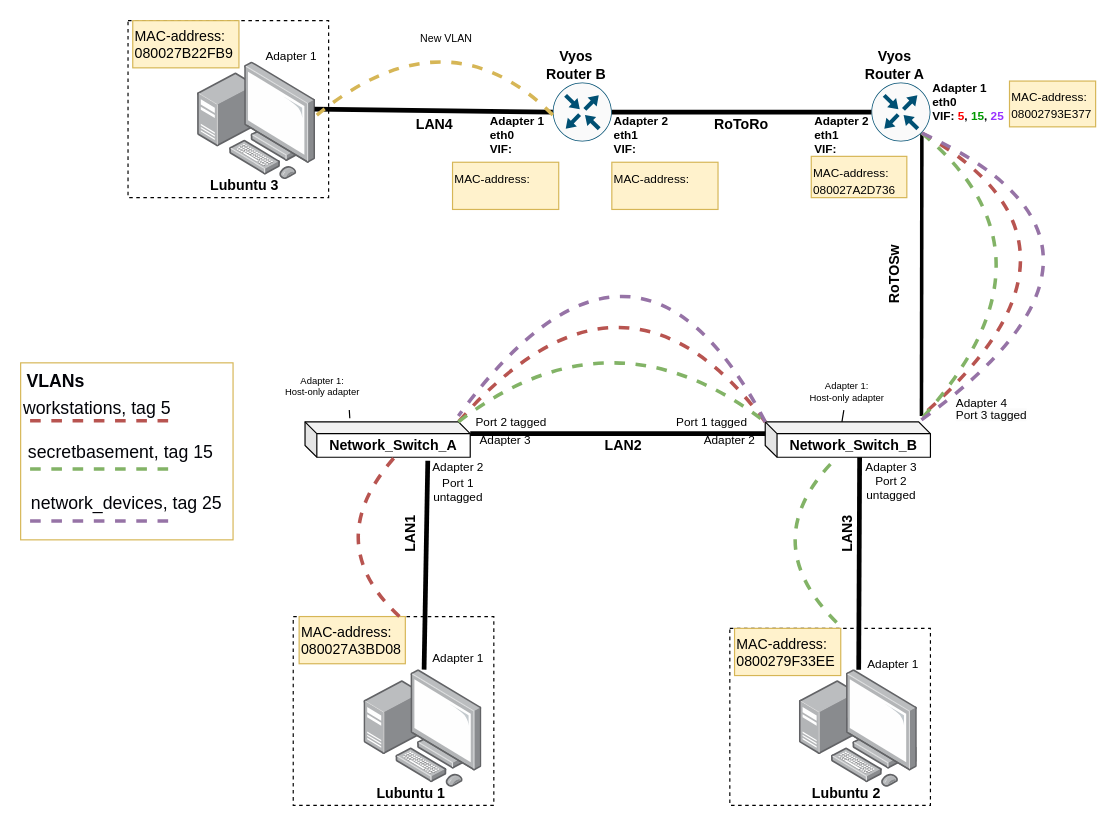
This is page "Physical Topology" (1 of 3) of documentation/E05/E05NetworkCharts.drawio from Kjersheim/DataNetworksIntro2023, a draw.io file, before an edit. Source tidied: cells renumbered, new cells numbered last; positions are measured from the earlier drawing's top-left corner, leaving out a move shared by most shapes. Both pictures are drawn from the tidied source at 118%, with x=0, y=0 at pixel (20, 8).
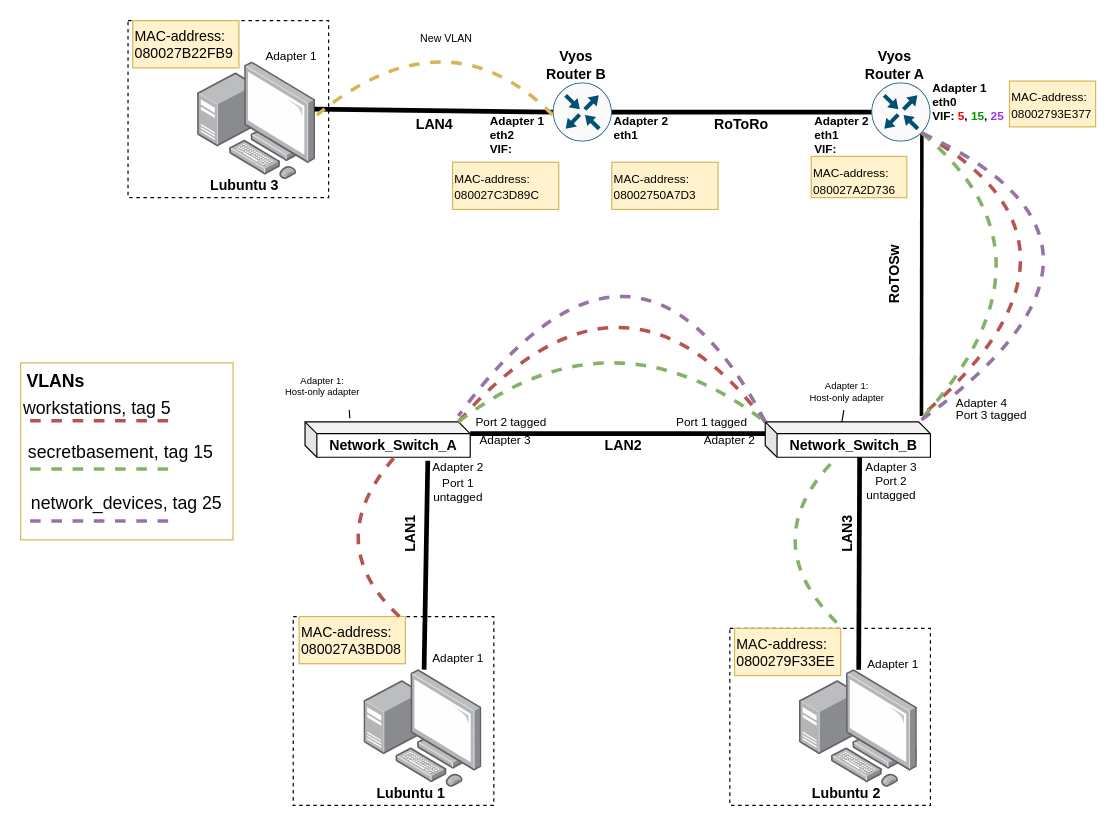
After the change.

Diff of the diagram source:
```diff
@@
-    <mxCell id="63" value="Adapter 1&lt;br&gt;eth0&lt;br&gt;VIF:" style="text;strokeColor=none;align=left;fillColor=none;html=1;verticalAlign=top;whiteSpace=wrap;rounded=0;rotation=0;fontStyle=1;fontSize=10;" parent="1" vertex="1">
+    <mxCell id="63" value="Adapter 1&lt;br&gt;eth2&lt;br&gt;VIF:" style="text;strokeColor=none;align=left;fillColor=none;html=1;verticalAlign=top;whiteSpace=wrap;rounded=0;rotation=0;fontStyle=1;fontSize=10;" parent="1" vertex="1">
       <mxGeometry x="396" y="82.5" width="70" height="52.5" as="geometry" />
     </mxCell>
-    <mxCell id="64" value="&lt;font style=&quot;font-size: 10px;&quot;&gt;MAC-address:&lt;/font&gt;" style="text;strokeColor=#d6b656;align=left;fillColor=#fff2cc;html=1;verticalAlign=top;rounded=0;whiteSpace=wrap;labelBorderColor=none;fillStyle=auto;" parent="1" vertex="1">
+    <mxCell id="64" value="&lt;font style=&quot;font-size: 10px;&quot;&gt;MAC-address:&lt;br&gt;080027C3D89C&lt;br&gt;&lt;/font&gt;" style="text;strokeColor=#d6b656;align=left;fillColor=#fff2cc;html=1;verticalAlign=top;rounded=0;whiteSpace=wrap;labelBorderColor=none;fillStyle=auto;" parent="1" vertex="1">
       <mxGeometry x="366" y="130" width="90" height="40" as="geometry" />
     </mxCell>
@@
-    <mxCell id="69" value="Adapter 2&lt;br&gt;eth1&lt;br&gt;VIF:" style="text;strokeColor=none;align=left;fillColor=none;html=1;verticalAlign=top;whiteSpace=wrap;rounded=0;rotation=0;fontStyle=1;fontSize=10;" parent="1" vertex="1">
+    <mxCell id="69" value="Adapter 2&lt;br&gt;eth1" style="text;strokeColor=none;align=left;fillColor=none;html=1;verticalAlign=top;whiteSpace=wrap;rounded=0;rotation=0;fontStyle=1;fontSize=10;" parent="1" vertex="1">
       <mxGeometry x="501" y="82.5" width="70" height="52.5" as="geometry" />
     </mxCell>
-    <mxCell id="70" value="&lt;font style=&quot;font-size: 10px;&quot;&gt;MAC-address:&lt;/font&gt;" style="text;strokeColor=#d6b656;align=left;fillColor=#fff2cc;html=1;verticalAlign=top;rounded=0;whiteSpace=wrap;labelBorderColor=none;fillStyle=auto;" parent="1" vertex="1">
+    <mxCell id="70" value="&lt;font style=&quot;font-size: 10px;&quot;&gt;MAC-address:&lt;br&gt;08002750A7D3&lt;br&gt;&lt;/font&gt;" style="text;strokeColor=#d6b656;align=left;fillColor=#fff2cc;html=1;verticalAlign=top;rounded=0;whiteSpace=wrap;labelBorderColor=none;fillStyle=auto;" parent="1" vertex="1">
       <mxGeometry x="501" y="130" width="90" height="40" as="geometry" />
     </mxCell>
```
